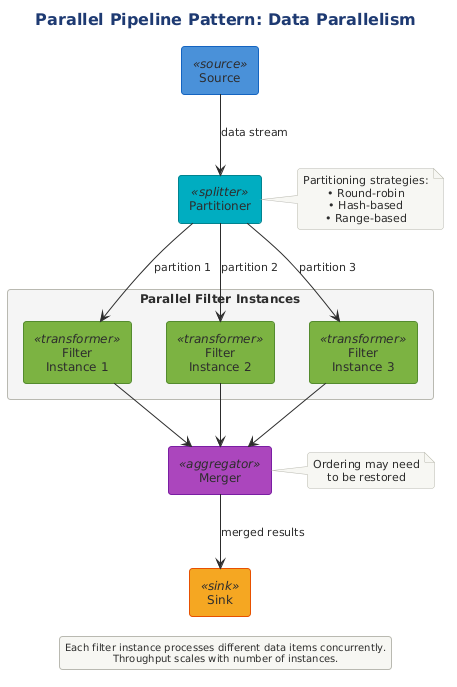
Notoriousjayy/latex-docs keeps this PlantUML diagram as src/architecture/views-and-beyond/style-catalogs/component-and-connector/pipe-and-filter-style/png/parallel-pipeline-pattern-data-parallelism.png. Above is the earlier version. Source of this version:
```plantuml
@startuml

!$SOURCE_COLOR = "#4A90D9"
!$TRANSFORMER_COLOR = "#7CB342"
!$SINK_COLOR = "#F5A623"
!$SPLITTER_COLOR = "#00ACC1"
!$AGGREGATOR_COLOR = "#AB47BC"
!$ERROR_COLOR = "#EF5350"
!$TEE_COLOR = "#FF7043"
!$NEUTRAL_COLOR = "#455A64"

skinparam component {
    BackgroundColor #7CB342
    FontColor white
    BorderColor #558B2F
    BorderThickness 1
}

skinparam component<<source>> {
    BackgroundColor #4A90D9
    BorderColor #1565C0
}

skinparam component<<sink>> {
    BackgroundColor #F5A623
    BorderColor #E65100
}

skinparam component<<transformer>> {
    BackgroundColor #7CB342
    BorderColor #558B2F
}

skinparam component<<splitter>> {
    BackgroundColor #00ACC1
    BorderColor #00838F
}

skinparam component<<aggregator>> {
    BackgroundColor #AB47BC
    BorderColor #7B1FA2
}

skinparam component<<error>> {
    BackgroundColor #EF5350
    BorderColor #C62828
}

skinparam component<<tee>> {
    BackgroundColor #FF7043
    BorderColor #D84315
}

skinparam rectangle {
    BackgroundColor #FAFAFA
    BorderColor #90A4AE
    BorderThickness 1
}

skinparam package {
    BackgroundColor #F5F5F5
    BorderColor #666666
}

skinparam queue {
    BackgroundColor #FFF9C4
    BorderColor #F9A825
}




!include ../../../../../../tooling/styles/plantuml/structural/component-diagram-style.iuml

title Parallel Pipeline Pattern: Data Parallelism

[Source] <<source>> as Source

[Partitioner] <<splitter>> as Partition

rectangle "Parallel Filter Instances" #F5F5F5 {
    [Filter\nInstance 1] <<transformer>> as F1
    [Filter\nInstance 2] <<transformer>> as F2
    [Filter\nInstance 3] <<transformer>> as F3
}

[Merger] <<aggregator>> as Merge

[Sink] <<sink>> as Sink

Source -down-> Partition : "data stream"

Partition -down-> F1 : "partition 1"
Partition -down-> F2 : "partition 2"
Partition -down-> F3 : "partition 3"

F1 -down-> Merge
F2 -down-> Merge
F3 -down-> Merge

Merge -down-> Sink : "merged results"

note right of Partition
    Partitioning strategies:
    • Round-robin
    • Hash-based
    • Range-based
end note

note right of Merge
    Ordering may need
    to be restored
end note

legend bottom
    Each filter instance processes different data items concurrently.
    Throughput scales with number of instances.
endlegend

@enduml
```
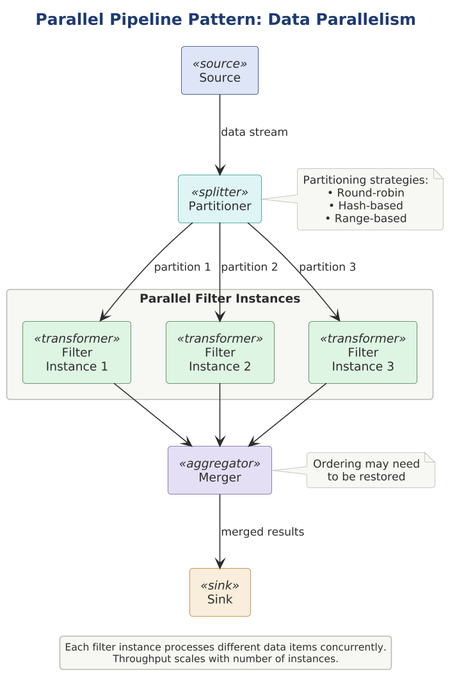
The same diagram one commit later.

Diff of the diagram source:
```diff
@@ -1,76 +1,8 @@
 @startuml
-
-!$SOURCE_COLOR = "#4A90D9"
-!$TRANSFORMER_COLOR = "#7CB342"
-!$SINK_COLOR = "#F5A623"
-!$SPLITTER_COLOR = "#00ACC1"
-!$AGGREGATOR_COLOR = "#AB47BC"
-!$ERROR_COLOR = "#EF5350"
-!$TEE_COLOR = "#FF7043"
-!$NEUTRAL_COLOR = "#455A64"
-
-skinparam component {
-    BackgroundColor #7CB342
-    FontColor white
-    BorderColor #558B2F
-    BorderThickness 1
-}
-
-skinparam component<<source>> {
-    BackgroundColor #4A90D9
-    BorderColor #1565C0
-}
-
-skinparam component<<sink>> {
-    BackgroundColor #F5A623
-    BorderColor #E65100
-}
-
-skinparam component<<transformer>> {
-    BackgroundColor #7CB342
-    BorderColor #558B2F
-}
-
-skinparam component<<splitter>> {
-    BackgroundColor #00ACC1
-    BorderColor #00838F
-}
-
-skinparam component<<aggregator>> {
-    BackgroundColor #AB47BC
-    BorderColor #7B1FA2
-}
-
-skinparam component<<error>> {
-    BackgroundColor #EF5350
-    BorderColor #C62828
-}
-
-skinparam component<<tee>> {
-    BackgroundColor #FF7043
-    BorderColor #D84315
-}
-
-skinparam rectangle {
-    BackgroundColor #FAFAFA
-    BorderColor #90A4AE
-    BorderThickness 1
-}
-
-skinparam package {
-    BackgroundColor #F5F5F5
-    BorderColor #666666
-}
-
-skinparam queue {
-    BackgroundColor #FFF9C4
-    BorderColor #F9A825
-}
-
-
-
+skinparam dpi 150
 
 !include ../../../../../../tooling/styles/plantuml/structural/component-diagram-style.iuml
+!include pipe-and-filter-roles.iuml
 
 title Parallel Pipeline Pattern: Data Parallelism
 
@@ -78,7 +10,7 @@
 
 [Partitioner] <<splitter>> as Partition
 
-rectangle "Parallel Filter Instances" #F5F5F5 {
+rectangle "Parallel Filter Instances" $theme_surface {
     [Filter\nInstance 1] <<transformer>> as F1
     [Filter\nInstance 2] <<transformer>> as F2
     [Filter\nInstance 3] <<transformer>> as F3
```
